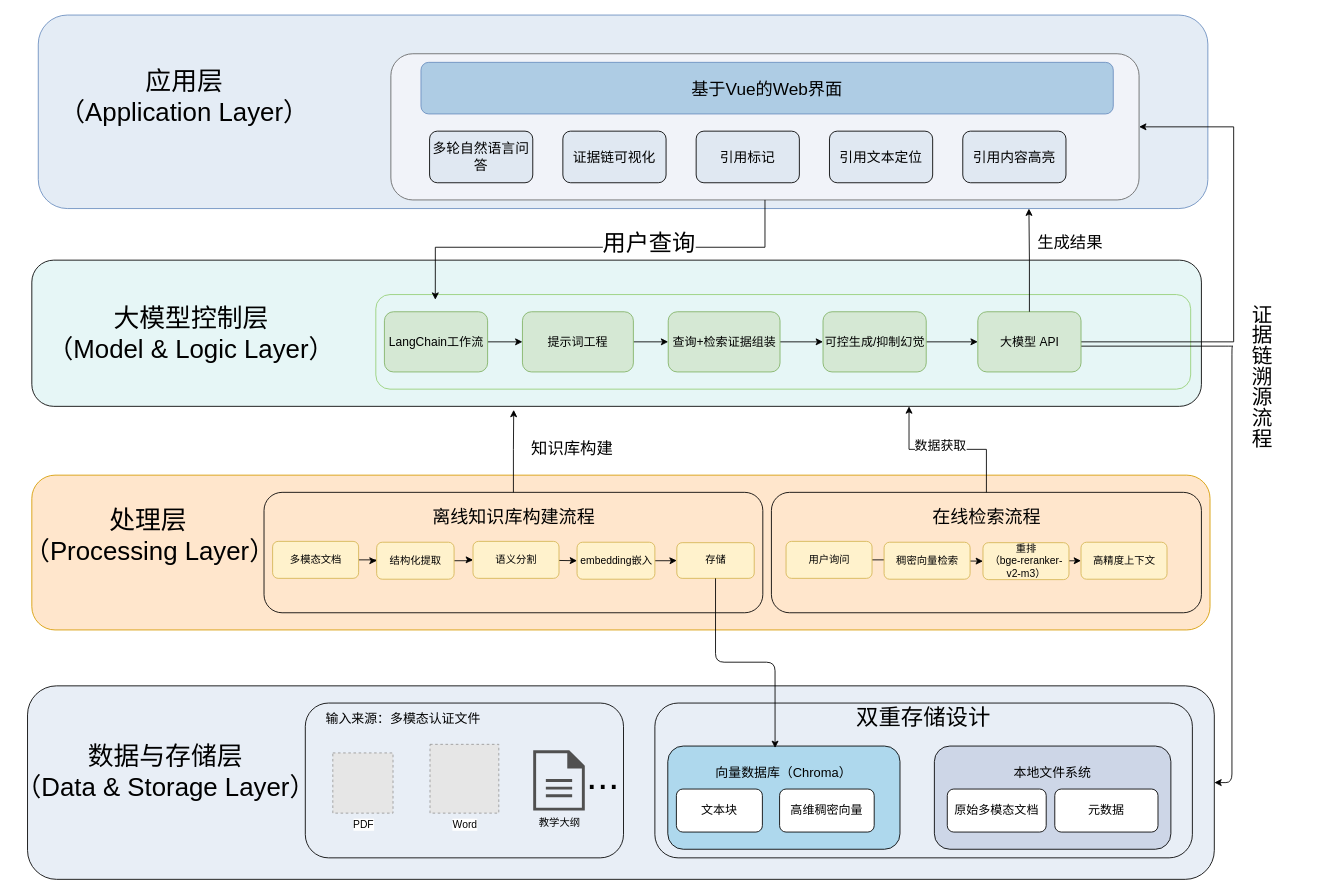
Before: 架构图.drawio in HuShengJie1/Rag-project, a draw.io diagram. Source tidied: cells renumbered, new cells numbered last; positions are measured from the earlier drawing's top-left corner, leaving out a move shared by most shapes. Both pictures are drawn from the tidied source at 86%, with x=0, y=0 at pixel (14, 15). Pictures stored in the file or linked from it are replaced by grey dashed boxes.
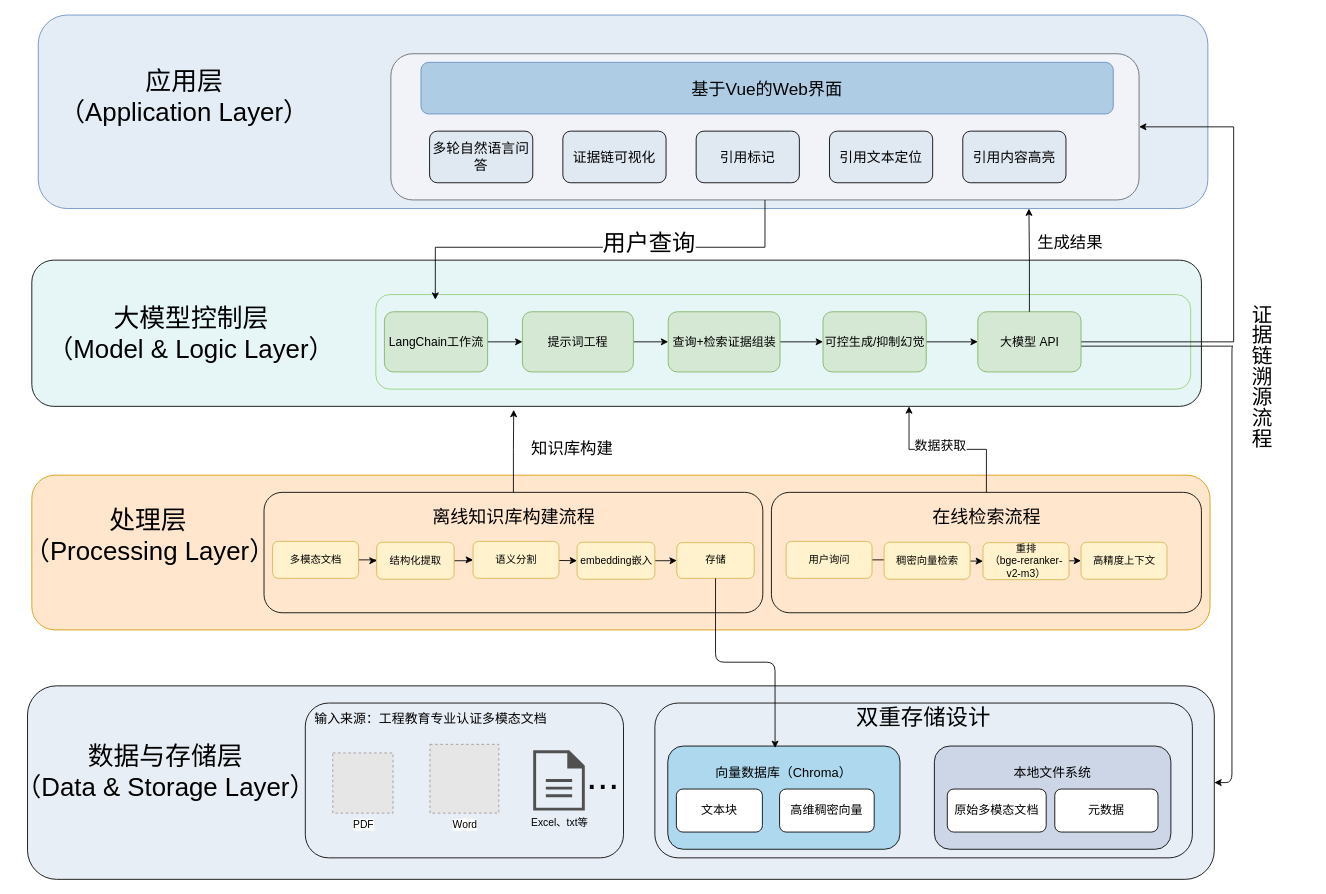
Above is the later version.

What changed in the source:
```diff
@@
-    <mxCell id="46" value="&lt;font style=&quot;font-size: 15px;&quot;&gt;输入来源：多模态认证文件&lt;/font&gt;" style="rounded=1;whiteSpace=wrap;html=1;fillColor=none;labelPosition=center;verticalLabelPosition=top;align=center;verticalAlign=bottom;spacingBottom=-30;spacingLeft=-143;" parent="1" vertex="1">
+    <mxCell id="46" value="&lt;font style=&quot;font-size: 15px;&quot;&gt;输入来源：&lt;/font&gt;&lt;font style=&quot;font-size: 15px;&quot;&gt;工程教育专业认证多模态文档&lt;/font&gt;" style="rounded=1;whiteSpace=wrap;html=1;fillColor=none;labelPosition=center;verticalLabelPosition=top;align=center;verticalAlign=bottom;spacingBottom=-30;spacingLeft=-79;" parent="1" vertex="1">
       <mxGeometry x="338.5" y="800" width="370" height="180" as="geometry" />
     </mxCell>
@@
-    <mxCell id="48" value="教学大纲" style="sketch=0;shadow=0;dashed=0;html=1;strokeColor=none;fillColor=#505050;labelPosition=center;verticalLabelPosition=bottom;verticalAlign=top;align=center;shape=mxgraph.office.concepts.document;" parent="1" vertex="1">
+    <mxCell id="48" value="Excel、txt等" style="sketch=0;shadow=0;dashed=0;html=1;strokeColor=none;fillColor=#505050;labelPosition=center;verticalLabelPosition=bottom;verticalAlign=top;align=center;shape=mxgraph.office.concepts.document;" parent="1" vertex="1">
       <mxGeometry x="603.5" y="855" width="60" height="70" as="geometry" />
     </mxCell>
```
